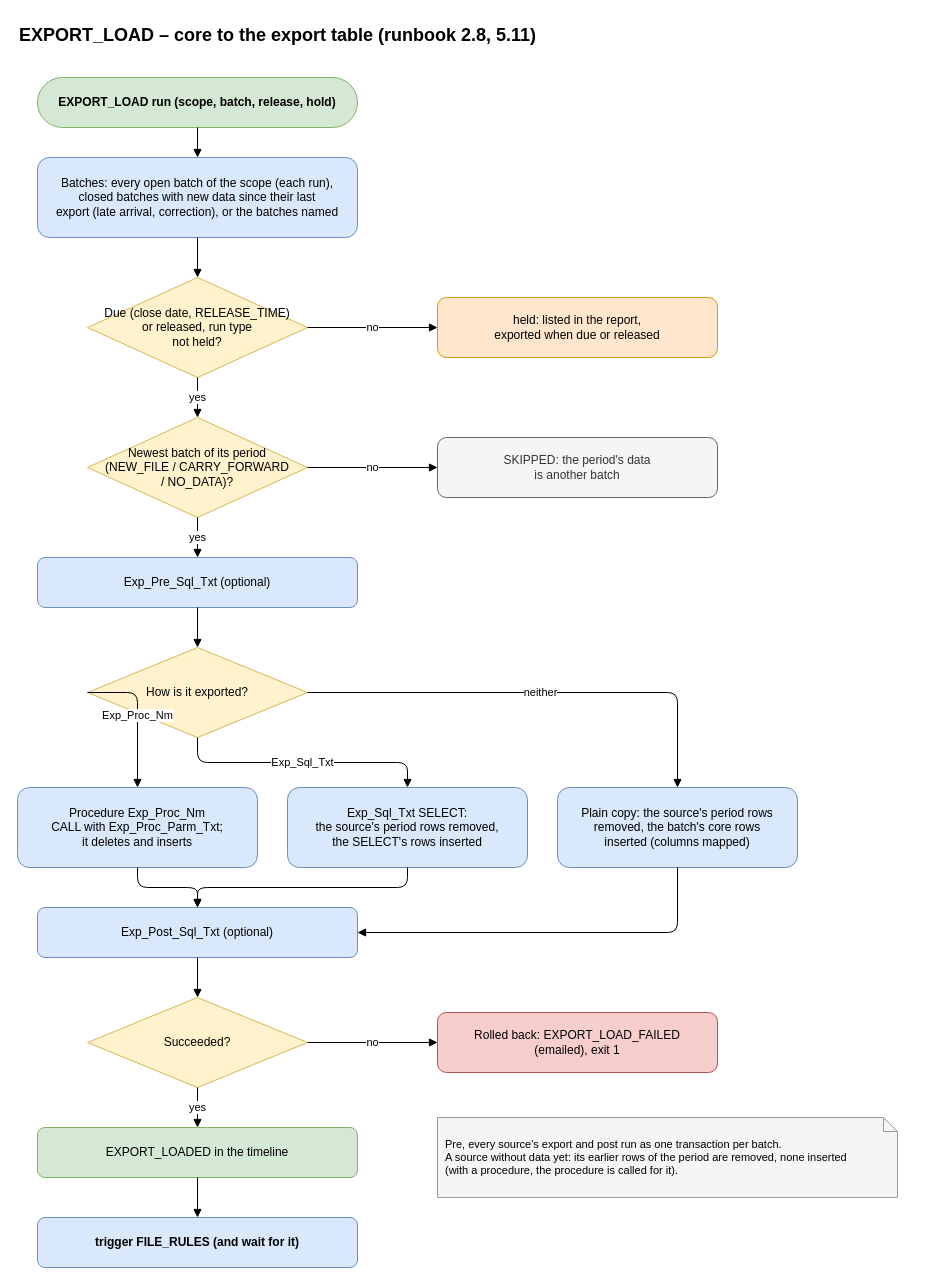
Before: page "9 EXPORT_LOAD" (9 of 14) of airflow_resources/docs/diagrams/compliance_framework.drawio in trinathgundavaram/framework, a draw.io diagram. Source tidied: cells renumbered, new cells numbered last; positions are measured from the earlier drawing's top-left corner, leaving out a move shared by most shapes. Both pictures are drawn from the tidied source at 100%, with x=0, y=0 at pixel (17, 17).
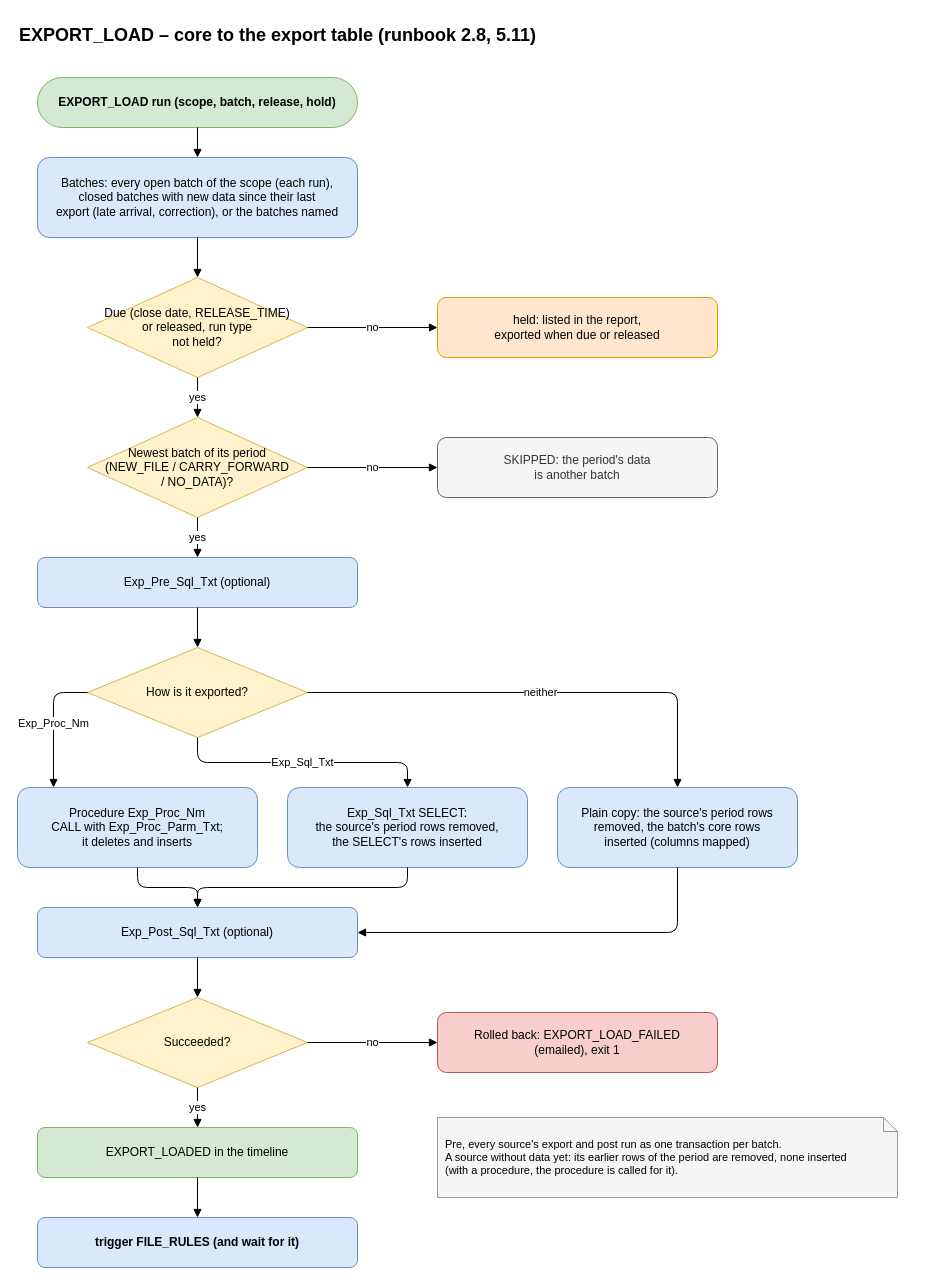
The same diagram, later.

Unchanged cells that the change refers to:
```xml
<mxCell id="10" value="How is it exported?" style="rhombus;whiteSpace=wrap;html=1;fillColor=#fff2cc;strokeColor=#d6b656;" parent="1" vertex="1">
  <mxGeometry x="70" y="630" width="220" height="90" as="geometry" />
</mxCell>
<mxCell id="11" value="Procedure Exp_Proc_Nm&lt;br&gt;CALL with Exp_Proc_Parm_Txt;&lt;br&gt;it deletes and inserts" style="rounded=1;whiteSpace=wrap;html=1;fillColor=#dae8fc;strokeColor=#6c8ebf;" parent="1" vertex="1">
  <mxGeometry y="770" width="240" height="80" as="geometry" />
</mxCell>
```

What changed in the source:
```diff
@@
-    <mxCell id="27" value="Exp_Proc_Nm" style="edgeStyle=orthogonalEdgeStyle;rounded=1;html=1;endArrow=block;endFill=1;fontSize=11;labelBackgroundColor=#ffffff;exitX=0;exitY=0.5;exitDx=0;exitDy=0;entryX=0.5;entryY=0;entryDx=0;entryDy=0;" parent="1" edge="1" source="10" target="11">
+    <mxCell id="27" value="Exp_Proc_Nm" style="edgeStyle=orthogonalEdgeStyle;rounded=1;html=1;endArrow=block;endFill=1;fontSize=11;labelBackgroundColor=#ffffff;exitX=0;exitY=0.5;exitDx=0;exitDy=0;entryDx=0;entryDy=0;entryX=0.15;entryY=0;" parent="1" edge="1" source="10" target="11">
       <mxGeometry relative="1" as="geometry">
         <Array as="points">
-          <mxPoint x="120" y="675" />
+          <mxPoint x="36" y="675" />
         </Array>
       </mxGeometry>
     </mxCell>
```
